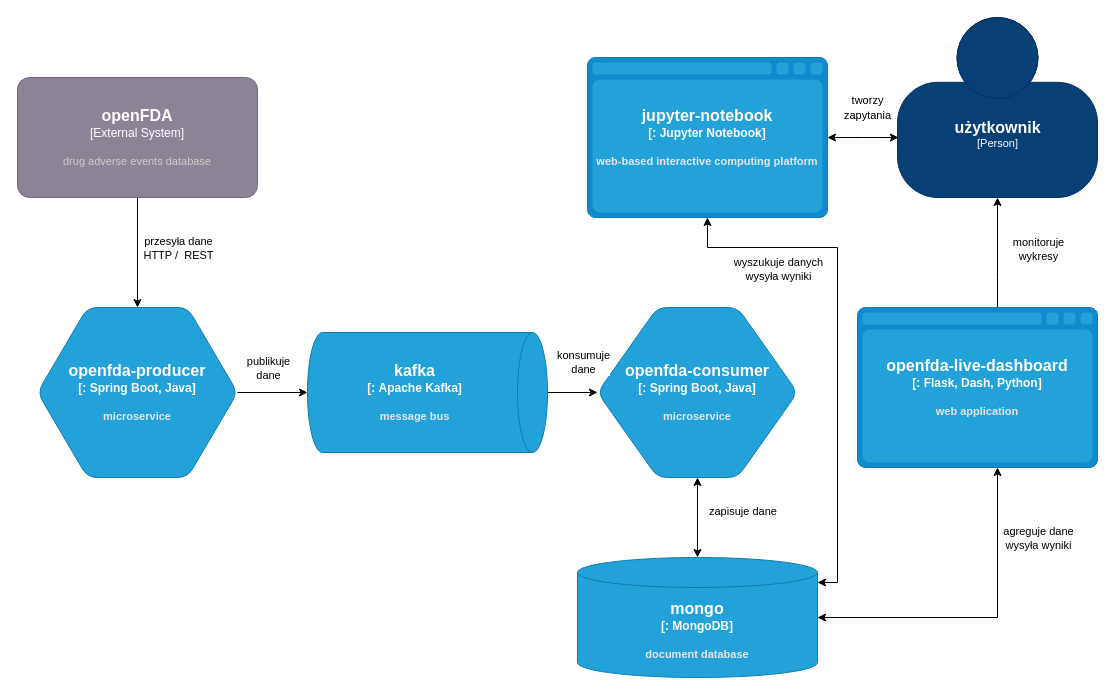
This is pipeline-architecture-pl.drawio from koziolk/openfda-bigdata-pipeline, a draw.io file, before an edit. Source tidied: cells renumbered, new cells numbered last; positions are measured from the earlier drawing's top-left corner, leaving out a move shared by most shapes. Both pictures are drawn from the tidied source at 100%, with x=0, y=0 at pixel (17, 17).
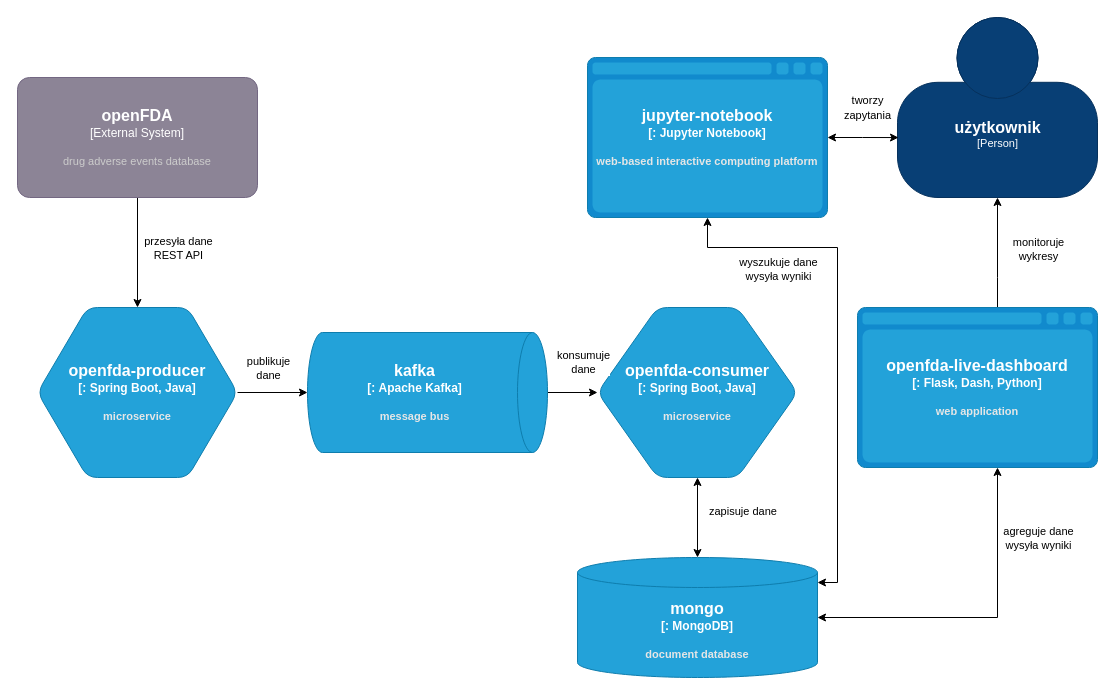
The same page after the edit.

Commit message (it also covers changes not shown here):
update README.md plus cosmetic changes in diagrams

Unchanged cells that the change refers to:
```xml
<mxCell id="9" style="edgeStyle=orthogonalEdgeStyle;rounded=0;jettySize=auto;html=1;startArrow=classic;startFill=1;" parent="1" edge="1" source="11" target="16">
  <mxGeometry relative="1" as="geometry">
    <Array as="points">
      <mxPoint x="980" y="600" />
    </Array>
  </mxGeometry>
</mxCell>
<mxCell id="12" style="edgeStyle=orthogonalEdgeStyle;rounded=0;jettySize=auto;html=1;entryX=0.5;entryY=0;entryDx=0;entryDy=0;entryPerimeter=0;" parent="1" edge="1" source="14" target="4">
  <mxGeometry relative="1" as="geometry" />
</mxCell>
```

Diff of the diagram source:
```diff
@@
-    <mxCell id="10" value="wyszukuje danych&lt;br&gt;wysyła wyniki" style="edgeLabel;html=1;align=center;verticalAlign=middle;" parent="9" vertex="1">
+    <mxCell id="10" value="wyszukuje dane&lt;br&gt;wysyła wyniki" style="edgeLabel;html=1;align=center;verticalAlign=middle;" parent="9" vertex="1">
       <mxGeometry x="0.54" y="3" relative="1" as="geometry">
         <mxPoint x="-217" y="-275" as="offset" />
       </mxGeometry>
     </mxCell>
@@
-    <mxCell id="13" value="przesyła dane&lt;br&gt;HTTP /&amp;nbsp; REST" style="edgeLabel;html=1;align=center;verticalAlign=middle;" parent="12" vertex="1">
+    <mxCell id="13" value="przesyła dane&lt;br&gt;REST API" style="edgeLabel;html=1;align=center;verticalAlign=middle;" parent="12" vertex="1">
       <mxGeometry x="-0.2" y="2" relative="1" as="geometry">
         <mxPoint x="38" y="6" as="offset" />
       </mxGeometry>
     </mxCell>
```
